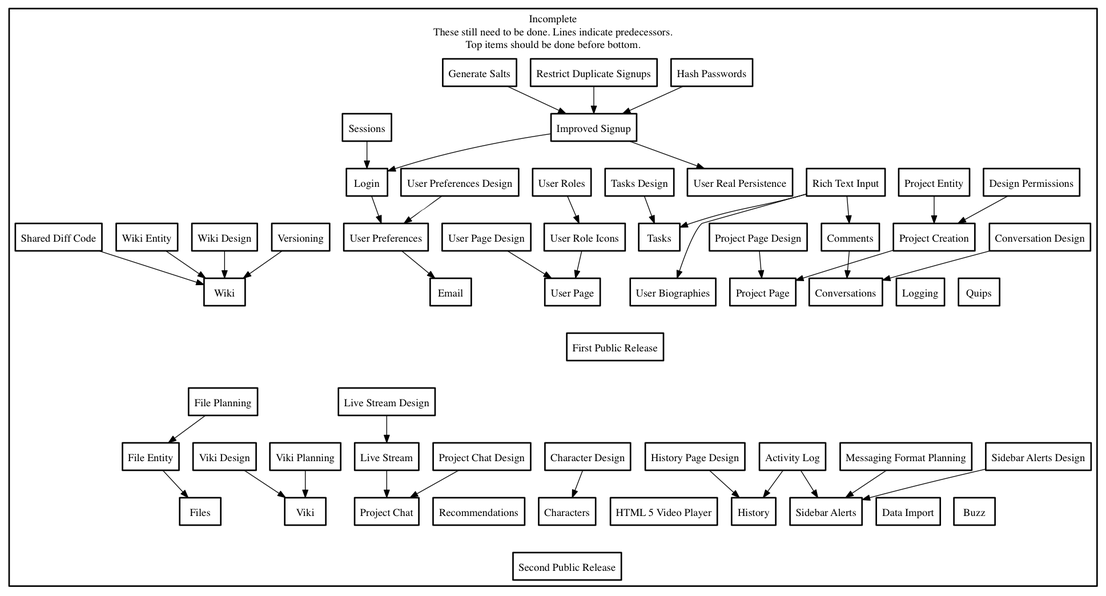
The Graphviz diagram needed.png in negativeview/Velour-1.5, before a commit. Its source is kept beside it as needed.dot.
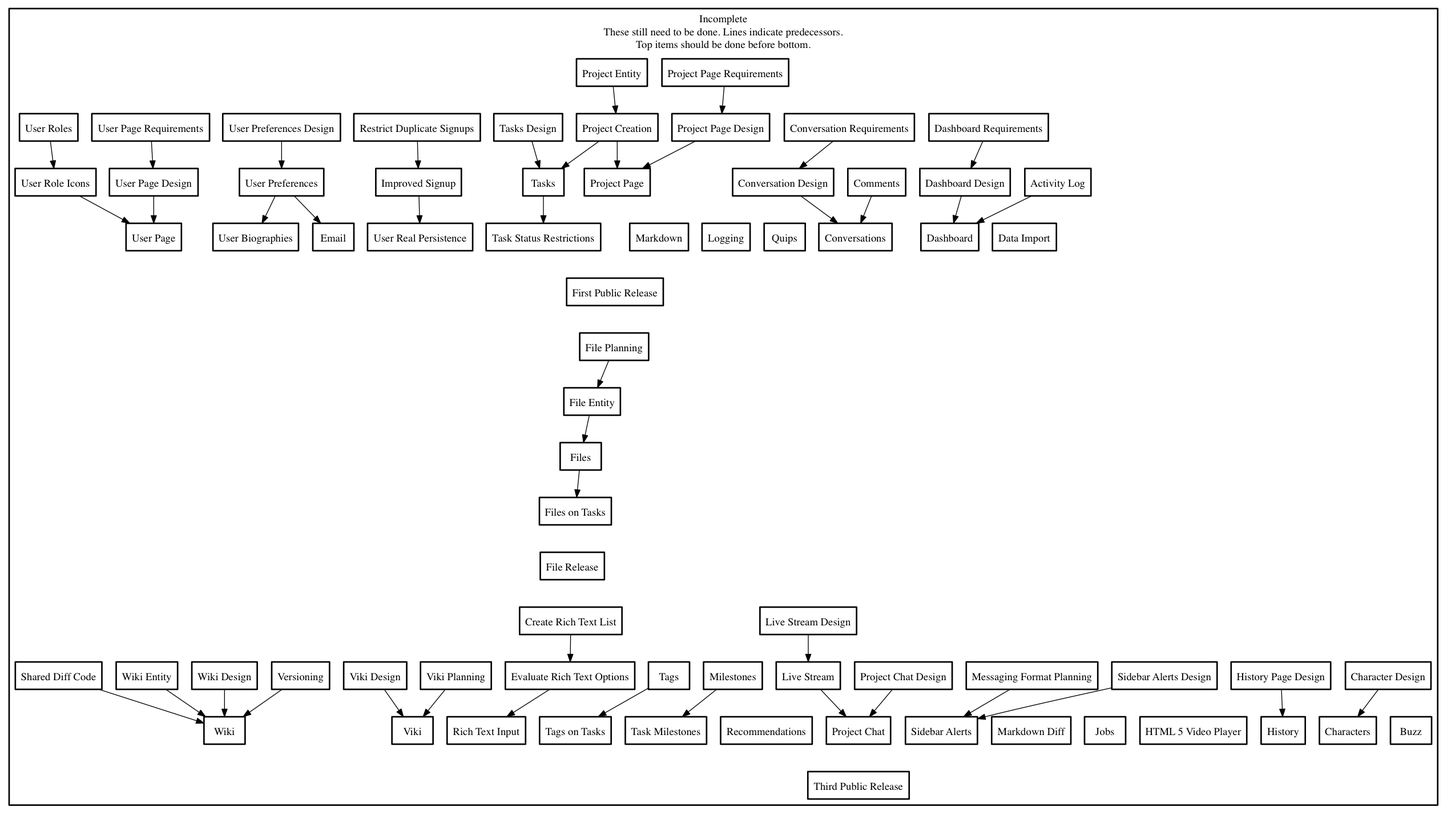
Above is the later version.

Commit message:
Updated needed dot.

Diff of the diagram source:
```diff
@@ -9,51 +9,64 @@
         label="Incomplete\nThese still need to be done. Lines indicate predecessors.\nTop items should be done before bottom."
 
         release_a [ label = "First Public Release" ];
-        release_b [ label = "Second Public Release" ];
+        release_b [ label = "File Release" ];
+        release_c [ label = "Third Public Release" ];
 
         activity_log [ label="Activity Log" ];
         alert_format_planning [ label="Messaging Format Planning" ];
         biographies [ label = "User Biographies" ];
         buzz [ label="Buzz" ];
         data_import [ label="Data Import" ];
+        dashboard [ label = "Dashboard" ];
+        dashboard_requirements [ label = "Dashboard Requirements" ];
         character_design [ label = "Character Design" ];
         characters [ label = "Characters" ];
         comments [ label = "Comments"];
         conversation_design [ label = "Conversation Design" ];
+        conversation_requirements [ label = "Conversation Requirements" ];
         conversations [ label = "Conversations" ];
-        design_permissions [ label = "Design Permissions" ];
+        dashboard_design [ label = "Dashboard Design" ];
         diff_code [ label="Shared Diff Code"];
         email [ label="Email" ];
         file_entity [ label="File Entity" ];
         file_planning [ label="File Planning" ];
         files [ label="Files" ];
+        files_on_tasks [ label = "Files on Tasks" ];
         header_sayings [ label="Quips" ];
         history_design [ label = "History Page Design" ];
         history_tool [ label="History" ];
         html5_video [ label="HTML 5 Video Player" ];
         improved_signup [ label = "Improved Signup" ];
+        jobs [ label = "Jobs" ];
         live_stream_design [ label = "Live Stream Design" ];
         live_stream [ label="Live Stream" ];
         logging [ label="Logging" ];
-        login [ label = "Login" ];
-        password_hashing [ label = "Hash Passwords" ];
+        markdown_diff [ label = "Markdown Diff" ];
+        markdown_parse [ label = "Markdown" ];
+        milestones [ label = "Milestones" ];
         project_chat_design [ label = "Project Chat Design" ];
         project_chat [ label="Project Chat" ];
         project_creation [ label = "Project Creation" ];
         project_entity [ label="Project Entity" ];
         project_page [ label = "Project Page" ];
         project_page_design [ label = "Project Page Design" ];
+        project_page_requirements [ label = "Project Page Requirements" ];
         recommendations [ label = "Recommendations" ];
         restrict_duplicates [ label = "Restrict Duplicate Signups" ];
+        rich_text_list [ label = "Create Rich Text List" ];
+        rich_text_evaluate [ label = "Evaluate Rich Text Options"];
         rich_text [ label = "Rich Text Input" ];
-        salt_generation [ label = "Generate Salts" ];
-        sessions [ label="Sessions" ];
         sidebar_alerts_design [ label = "Sidebar Alerts Design" ];
         sidebar_alerts [ label="Sidebar Alerts" ];
+        tags [ label = "Tags" ];
+        tags_on_tasks [ label = "Tags on Tasks" ];
         task_design [ label = "Tasks Design" ];
+        task_milestones [ label = "Task Milestones" ];
+        task_status_restrictions [ label = "Task Status Restrictions" ];
         tasks [ label = "Tasks" ];
         user_page [ label = "User Page" ];
         user_page_design [ label = "User Page Design"];
+        user_page_requirements [ label = "User Page Requirements"];
         user_preferences_design [ label = "User Preferences Design" ];
         user_preferences [ label="User Preferences" ];
         user_roles [ label = "User Roles" ];
@@ -69,59 +82,73 @@
     }
 
     conversations->release_a [ style = invis];
+    dashboard->release_a [ style = invis];
+    data_import->release_a [ style = invis];
     email->release_a [ style = invis];
     header_sayings->release_a [ style = invis];
     logging->release_a [ style = invis];
+    markdown_parse->release_a [ style = invis];
     project_page->release_a [ style = invis];
-    tasks->release_a [ style = invis];
+    task_status_restrictions->release_a [ style = invis];
     biographies->release_a [ style = invis];
     user_page->release_a [ style = invis];
-    wiki->release_a [ style = invis];
+    user_real_persistence->release_a [ style = invis];
 
-    buzz->release_b [ style = invis];
-    characters->release_b [ style = invis];
-    data_import->release_b [ style = invis];
-    files->release_b [ style = invis];
-    history_tool->release_b [ style = invis];
-    html5_video->release_b [ style = invis];
-    project_chat->release_b [ style = invis];
-    recommendations->release_b [ style = invis];
-    sidebar_alerts->release_b [ style = invis];
-    viki->release_b [ style = invis];
+    files_on_tasks->release_b [ style = invis];
+
+
+    buzz->release_c [ style = invis];
+    characters->release_c [ style = invis];
+    history_tool->release_c [ style = invis];
+    html5_video->release_c [ style = invis];
+    jobs->release_c [ style = invis];
+    markdown_diff->release_c [ style = invis];
+    project_chat->release_c [ style = invis];
+    recommendations->release_c [ style = invis];
+    rich_text->release_c [ style = invis];
+    sidebar_alerts->release_c [ style = invis];
+    tags_on_tasks->release_c [ style = invis];
+    tags_on_tasks->release_c [ style = invis];
+    task_milestones->release_c [ style=invis];
+    viki->release_c [ style = invis];
+    wiki->release_c [ style = invis];
 
     release_a->file_planning [ style = invis ];
-    release_a->release_b [ style = invis ];
+    release_b->rich_text_list [ style = invis];
 
-    activity_log->history_tool;
-    activity_log->sidebar_alerts;
+    activity_log->dashboard;
     alert_format_planning->sidebar_alerts;
     diff_code->wiki;
     character_design->characters;
     comments->conversations;
     conversation_design->conversations;
-    design_permissions->project_creation;
+    conversation_requirements->conversation_design;
+    dashboard_requirements->dashboard_design;
+    dashboard_design->dashboard;
     file_entity->files;
     file_planning->file_entity;
+    files->files_on_tasks;
     history_design->history_tool;
-    improved_signup->login;
     improved_signup->user_real_persistence;
     live_stream_design->live_stream;
     live_stream->project_chat;
-    login->user_preferences;
-    password_hashing->improved_signup;
+    milestones->task_milestones;
     project_creation->project_page;
+    project_creation->tasks;
     project_chat_design->project_chat;
     project_entity->project_creation;
     project_page_design->project_page;
+    project_page_requirements->project_page_design;
     restrict_duplicates->improved_signup;
-    rich_text->comments;
-    rich_text->tasks;
-    rich_text->biographies;
-    salt_generation->improved_signup;
-    sessions->login;
+    rich_text_list->rich_text_evaluate;
+    rich_text_evaluate->rich_text;
     sidebar_alerts_design->sidebar_alerts;
+    tags->tags_on_tasks;
     task_design->tasks;
+    tasks->task_status_restrictions;
+    user_page_requirements->user_page_design;
     user_page_design->user_page;
+    user_preferences->biographies;
     user_preferences_design->user_preferences;
     user_preferences->email;
     user_roles->user_role_icons;
```
